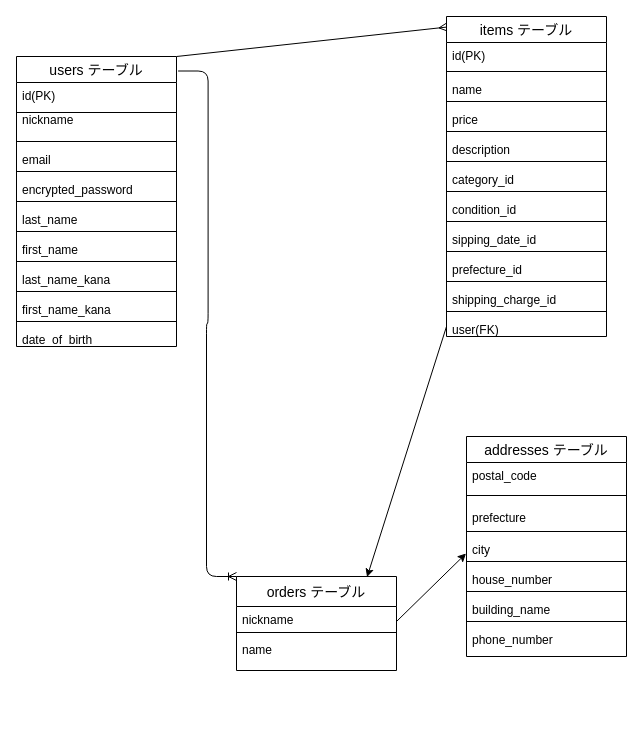
This is .dio from gisu113/furima-39551, a draw.io file, before an edit. Source tidied: cells renumbered, new cells numbered last; positions are measured from the earlier drawing's top-left corner, leaving out a move shared by most shapes. Both pictures are drawn from the tidied source at 100%, with x=0, y=0 at pixel (16, 16).
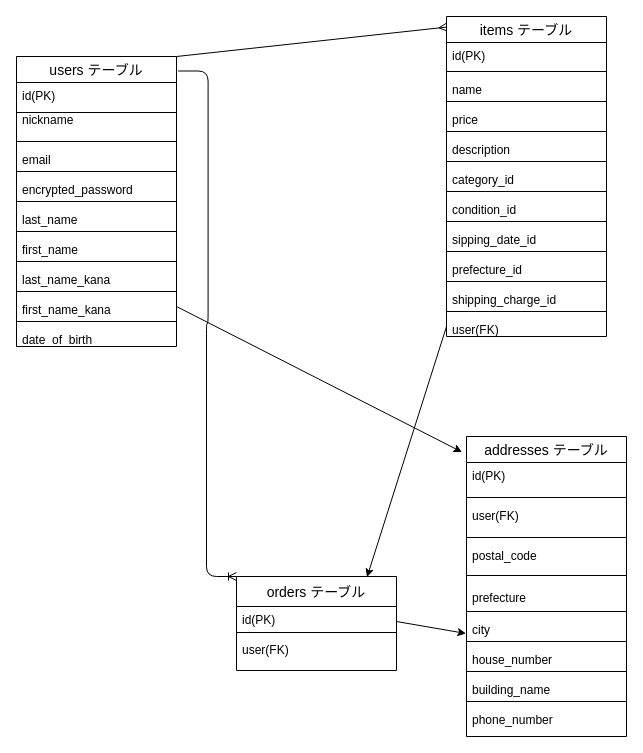
The same page after the edit.

The change refers to these unchanged cells:
```xml
<mxCell id="18" value="first_name_kana" style="text;strokeColor=none;fillColor=none;spacingLeft=4;spacingRight=4;overflow=hidden;points=[[0,0.5],[1,0.5]];portConstraint=eastwest;fontSize=12;" parent="3" vertex="1">
  <mxGeometry y="240" width="160" height="20" as="geometry" />
</mxCell>
<mxCell id="41" value="orders テーブル" style="swimlane;fontStyle=0;horizontal=1;startSize=30;align=center;fontSize=14;" parent="1" vertex="1">
  <mxGeometry x="220" y="560" width="160" height="94" as="geometry" />
</mxCell>
```

Change to the diagram source:
```diff
@@
-    <mxCell id="42" value="nickname" style="text;strokeColor=none;fillColor=none;spacingLeft=4;spacingRight=4;overflow=hidden;points=[[0,0.5],[1,0.5]];portConstraint=eastwest;fontSize=12;" parent="41" vertex="1">
+    <mxCell id="42" value="id(PK)" style="text;strokeColor=none;fillColor=none;spacingLeft=4;spacingRight=4;overflow=hidden;points=[[0,0.5],[1,0.5]];portConstraint=eastwest;fontSize=12;" parent="41" vertex="1">
       <mxGeometry y="30" width="160" height="30" as="geometry" />
     </mxCell>
@@
-    <mxCell id="44" value="name" style="text;strokeColor=none;fillColor=none;spacingLeft=4;spacingRight=4;overflow=hidden;fontSize=12;" parent="41" vertex="1">
+    <mxCell id="44" value="user(FK)" style="text;strokeColor=none;fillColor=none;spacingLeft=4;spacingRight=4;overflow=hidden;fontSize=12;" parent="41" vertex="1">
       <mxGeometry y="60" width="160" height="34" as="geometry" />
     </mxCell>
     <mxCell id="45" value="addresses テーブル" style="swimlane;fontStyle=0;horizontal=1;startSize=26;align=center;fontSize=14;" parent="1" vertex="1">
-      <mxGeometry x="450" y="420" width="160" height="220" as="geometry" />
+      <mxGeometry x="450" y="420" width="160" height="300" as="geometry" />
     </mxCell>
+    <mxCell id="60" value="id(PK)" style="text;strokeColor=none;fillColor=none;spacingLeft=4;spacingRight=4;overflow=hidden;fontSize=12;" parent="45" vertex="1">
+      <mxGeometry y="26" width="160" height="30" as="geometry" />
+    </mxCell>
+    <mxCell id="61" style="line;strokeWidth=1;dashed=0;labelPosition=right;align=left;verticalAlign=middle;spacingTop=0;spacingLeft=6;" parent="45" vertex="1">
+      <mxGeometry y="56" width="160" height="10" as="geometry" />
+    </mxCell>
+    <mxCell id="62" value="user(FK)" style="text;strokeColor=none;fillColor=none;spacingLeft=4;spacingRight=4;overflow=hidden;fontSize=12;" parent="45" vertex="1">
+      <mxGeometry y="66" width="160" height="30" as="geometry" />
+    </mxCell>
+    <mxCell id="63" style="line;strokeWidth=1;dashed=0;labelPosition=right;align=left;verticalAlign=middle;spacingTop=0;spacingLeft=6;" parent="45" vertex="1">
+      <mxGeometry y="96" width="160" height="10" as="geometry" />
+    </mxCell>
     <mxCell id="46" value="postal_code" style="text;strokeColor=none;fillColor=none;spacingLeft=4;spacingRight=4;overflow=hidden;fontSize=12;" parent="45" vertex="1">
-      <mxGeometry y="26" width="160" height="24" as="geometry" />
+      <mxGeometry y="106" width="160" height="24" as="geometry" />
     </mxCell>
     <mxCell id="47" style="line;strokeWidth=1;dashed=0;labelPosition=right;align=left;verticalAlign=middle;spacingTop=0;spacingLeft=6;" parent="45" vertex="1">
-      <mxGeometry y="50" width="160" height="18" as="geometry" />
+      <mxGeometry y="130" width="160" height="18" as="geometry" />
     </mxCell>
     <mxCell id="48" value="prefecture" style="text;strokeColor=none;fillColor=none;spacingLeft=4;spacingRight=4;overflow=hidden;fontSize=12;" parent="45" vertex="1">
-      <mxGeometry y="68" width="160" height="22" as="geometry" />
+      <mxGeometry y="148" width="160" height="22" as="geometry" />
     </mxCell>
     <mxCell id="49" style="line;strokeWidth=1;dashed=0;labelPosition=right;align=left;verticalAlign=middle;spacingTop=0;spacingLeft=6;" parent="45" vertex="1">
-      <mxGeometry y="90" width="160" height="10" as="geometry" />
+      <mxGeometry y="170" width="160" height="10" as="geometry" />
     </mxCell>
     <mxCell id="50" value="city" style="text;strokeColor=none;fillColor=none;spacingLeft=4;spacingRight=4;overflow=hidden;points=[[0,0.5],[1,0.5]];portConstraint=eastwest;fontSize=12;" parent="45" vertex="1">
-      <mxGeometry y="100" width="160" height="20" as="geometry" />
+      <mxGeometry y="180" width="160" height="20" as="geometry" />
     </mxCell>
     <mxCell id="51" style="line;strokeWidth=1;dashed=0;labelPosition=right;align=left;verticalAlign=middle;spacingTop=0;spacingLeft=6;" parent="45" vertex="1">
-      <mxGeometry y="120" width="160" height="10" as="geometry" />
+      <mxGeometry y="200" width="160" height="10" as="geometry" />
     </mxCell>
     <mxCell id="52" value="house_number" style="text;strokeColor=none;fillColor=none;spacingLeft=4;spacingRight=4;overflow=hidden;fontSize=12;" parent="45" vertex="1">
-      <mxGeometry y="130" width="160" height="20" as="geometry" />
+      <mxGeometry y="210" width="160" height="20" as="geometry" />
     </mxCell>
     <mxCell id="53" style="line;strokeWidth=1;dashed=0;labelPosition=right;align=left;verticalAlign=middle;spacingTop=0;spacingLeft=6;" parent="45" vertex="1">
-      <mxGeometry y="150" width="160" height="10" as="geometry" />
+      <mxGeometry y="230" width="160" height="10" as="geometry" />
     </mxCell>
     <mxCell id="54" value="building_name" style="text;strokeColor=none;fillColor=none;spacingLeft=4;spacingRight=4;overflow=hidden;fontSize=12;" parent="45" vertex="1">
-      <mxGeometry y="160" width="160" height="20" as="geometry" />
+      <mxGeometry y="240" width="160" height="20" as="geometry" />
     </mxCell>
     <mxCell id="55" style="line;strokeWidth=1;dashed=0;labelPosition=right;align=left;verticalAlign=middle;spacingTop=0;spacingLeft=6;" parent="45" vertex="1">
-      <mxGeometry y="180" width="160" height="10" as="geometry" />
+      <mxGeometry y="260" width="160" height="10" as="geometry" />
     </mxCell>
     <mxCell id="56" value="phone_number" style="text;strokeColor=none;fillColor=none;spacingLeft=4;spacingRight=4;overflow=hidden;fontSize=12;" parent="45" vertex="1">
-      <mxGeometry y="190" width="160" height="30" as="geometry" />
+      <mxGeometry y="270" width="160" height="30" as="geometry" />
     </mxCell>
@@
+    <mxCell id="64" style="edgeStyle=none;html=1;exitX=1;exitY=0.5;exitDx=0;exitDy=0;entryX=-0.028;entryY=0.052;entryDx=0;entryDy=0;entryPerimeter=0;endArrow=classic;endFill=1;" parent="1" edge="1" source="18" target="45">
+      <mxGeometry relative="1" as="geometry" />
+    </mxCell>
```
